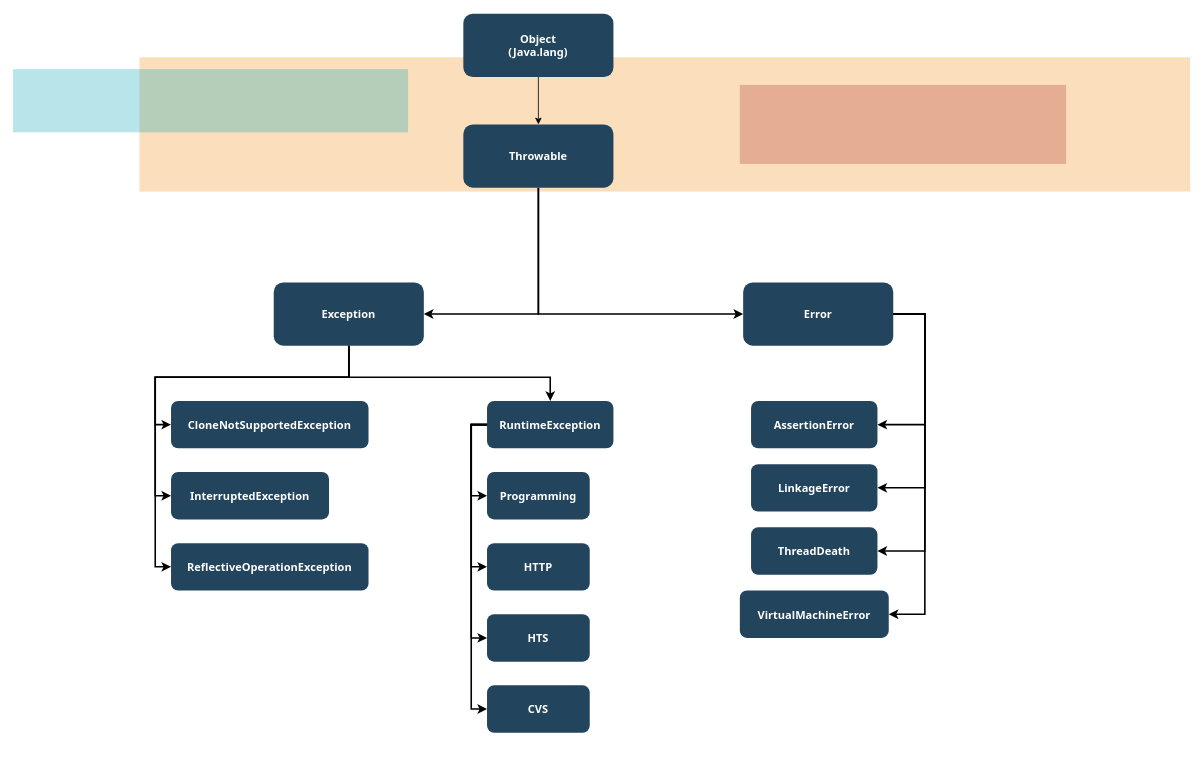
372dev/TIL keeps this draw.io diagram as JAVA/img/Untitled Diagram.drawio. Above is the earlier version. Source tidied: cells renumbered, new cells numbered last; positions are measured from the earlier drawing's top-left corner, leaving out a move shared by most shapes. Both pictures are drawn from the tidied source at 79%, with x=0, y=0 at pixel (13, 13).
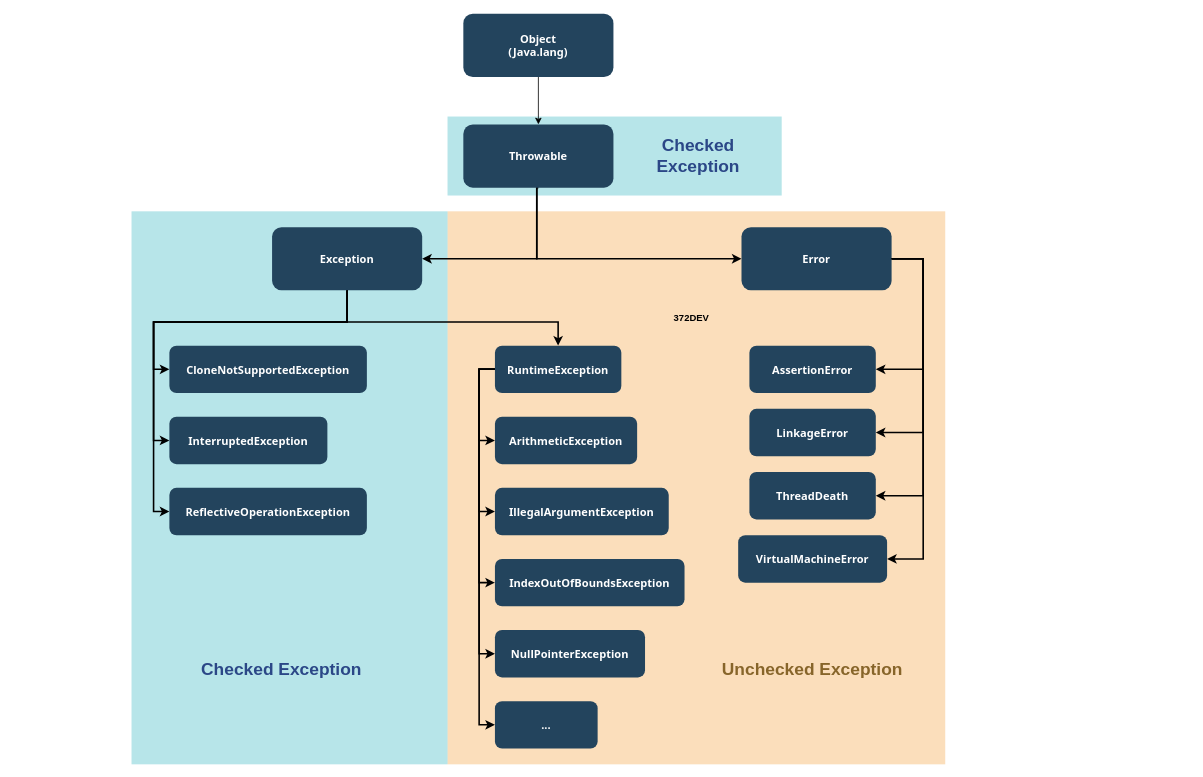
Above is the later version.

Unchanged cells that the change refers to:
```xml
<mxCell id="5" value="Object&#10;(Java.lang)" style="rounded=1;fillColor=#23445D;gradientColor=none;strokeColor=none;fontColor=#FFFFFF;fontStyle=1;fontFamily=Tahoma;fontSize=14;" parent="1" vertex="1">
  <mxGeometry x="570" width="190" height="80" as="geometry" />
</mxCell>
```

Change to the diagram source:
```diff
@@
+    <mxCell id="33" style="strokeColor=none;opacity=30;verticalAlign=bottom;fillColor=#12AAB5;" parent="1" vertex="1">
+      <mxGeometry x="550" y="130" width="423" height="100" as="geometry" />
+    </mxCell>
     <mxCell id="2" style="fillColor=#F2931E;strokeColor=none;opacity=30;" parent="1" vertex="1">
-      <mxGeometry x="160" y="55" width="1330" height="170" as="geometry" />
+      <mxGeometry x="550" y="250" width="630" height="700" as="geometry" />
     </mxCell>
     <mxCell id="3" style="fillColor=#12AAB5;strokeColor=none;opacity=30;" parent="1" vertex="1">
-      <mxGeometry y="70" width="500" height="80" as="geometry" />
+      <mxGeometry x="150" y="250" width="400" height="700" as="geometry" />
     </mxCell>
-    <mxCell id="4" style="edgeStyle=orthogonalEdgeStyle;rounded=0;jettySize=auto;html=1;" parent="1" edge="1" source="5" target="32">
+    <mxCell id="4" style="edgeStyle=orthogonalEdgeStyle;rounded=0;jettySize=auto;html=1;verticalAlign=middle;" parent="1" edge="1" source="5" target="32">
       <mxGeometry relative="1" as="geometry" />
     </mxCell>
@@
     <mxCell id="6" value="Error" style="rounded=1;fillColor=#23445D;gradientColor=none;strokeColor=none;fontColor=#FFFFFF;fontStyle=1;fontFamily=Tahoma;fontSize=14;" parent="1" vertex="1">
-      <mxGeometry x="924.2" y="340" width="190" height="80" as="geometry" />
+      <mxGeometry x="922.1" y="270" width="190" height="80" as="geometry" />
     </mxCell>
     <mxCell id="7" style="edgeStyle=orthogonalEdgeStyle;rounded=0;jettySize=auto;html=1;strokeWidth=2;entryX=0;entryY=0.5;entryDx=0;entryDy=0;" parent="1" edge="1" source="10" target="11">
       <mxGeometry relative="1" as="geometry">
         <Array as="points">
-          <mxPoint x="425" y="460" />
-          <mxPoint x="180" y="460" />
-          <mxPoint x="180" y="520" />
+          <mxPoint x="422.9" y="390" />
+          <mxPoint x="177.9" y="390" />
+          <mxPoint x="177.9" y="450" />
         </Array>
       </mxGeometry>
     </mxCell>
     <mxCell id="8" style="edgeStyle=orthogonalEdgeStyle;rounded=0;jettySize=auto;html=1;entryX=0;entryY=0.5;entryDx=0;entryDy=0;strokeWidth=2;" parent="1" edge="1" source="10" target="12">
       <mxGeometry relative="1" as="geometry">
         <Array as="points">
-          <mxPoint x="425" y="460" />
-          <mxPoint x="180" y="460" />
-          <mxPoint x="180" y="610" />
+          <mxPoint x="422.9" y="390" />
+          <mxPoint x="177.9" y="390" />
+          <mxPoint x="177.9" y="540" />
         </Array>
       </mxGeometry>
     </mxCell>
     <mxCell id="9" style="edgeStyle=orthogonalEdgeStyle;rounded=0;jettySize=auto;html=1;entryX=0;entryY=0.5;entryDx=0;entryDy=0;strokeWidth=2;" parent="1" edge="1" source="10" target="13">
       <mxGeometry relative="1" as="geometry">
         <Array as="points">
-          <mxPoint x="425" y="460" />
-          <mxPoint x="180" y="460" />
-          <mxPoint x="180" y="700" />
+          <mxPoint x="422.9" y="390" />
+          <mxPoint x="177.9" y="390" />
+          <mxPoint x="177.9" y="630" />
         </Array>
       </mxGeometry>
     </mxCell>
     <mxCell id="10" value="Exception" style="rounded=1;fillColor=#23445D;gradientColor=none;strokeColor=none;fontColor=#FFFFFF;fontStyle=1;fontFamily=Tahoma;fontSize=14;" parent="1" vertex="1">
-      <mxGeometry x="330" y="340" width="190" height="80" as="geometry" />
+      <mxGeometry x="327.9" y="270" width="190" height="80" as="geometry" />
     </mxCell>
     <mxCell id="11" value="CloneNotSupportedException" style="rounded=1;fillColor=#23445D;gradientColor=none;strokeColor=none;fontColor=#FFFFFF;fontStyle=1;fontFamily=Tahoma;fontSize=14;" parent="1" vertex="1">
-      <mxGeometry x="200" y="490" width="250" height="60" as="geometry" />
+      <mxGeometry x="197.9" y="420" width="250" height="60" as="geometry" />
     </mxCell>
     <mxCell id="12" value="InterruptedException" style="rounded=1;fillColor=#23445D;gradientColor=none;strokeColor=none;fontColor=#FFFFFF;fontStyle=1;fontFamily=Tahoma;fontSize=14;" parent="1" vertex="1">
-      <mxGeometry x="200" y="580" width="200" height="60" as="geometry" />
+      <mxGeometry x="197.9" y="510" width="200" height="60" as="geometry" />
     </mxCell>
     <mxCell id="13" value="ReflectiveOperationException" style="rounded=1;fillColor=#23445D;gradientColor=none;strokeColor=none;fontColor=#FFFFFF;fontStyle=1;fontFamily=Tahoma;fontSize=14;" parent="1" vertex="1">
-      <mxGeometry x="200" y="670" width="250" height="60" as="geometry" />
+      <mxGeometry x="197.9" y="600" width="250" height="60" as="geometry" />
     </mxCell>
     <mxCell id="14" value="RuntimeException" style="rounded=1;fillColor=#23445D;gradientColor=none;strokeColor=none;fontColor=#FFFFFF;fontStyle=1;fontFamily=Tahoma;fontSize=14;" parent="1" vertex="1">
-      <mxGeometry x="600" y="490" width="160" height="60" as="geometry" />
+      <mxGeometry x="610" y="420" width="160" height="60" as="geometry" />
     </mxCell>
-    <mxCell id="15" value="Programming" style="rounded=1;fillColor=#23445D;gradientColor=none;strokeColor=none;fontColor=#FFFFFF;fontStyle=1;fontFamily=Tahoma;fontSize=14;" parent="1" vertex="1">
-      <mxGeometry x="600" y="580" width="130" height="60" as="geometry" />
+    <mxCell id="15" value="ArithmeticException" style="rounded=1;fillColor=#23445D;gradientColor=none;strokeColor=none;fontColor=#FFFFFF;fontStyle=1;fontFamily=Tahoma;fontSize=14;" parent="1" vertex="1">
+      <mxGeometry x="610" y="510" width="180" height="60" as="geometry" />
     </mxCell>
-    <mxCell id="16" value="HTTP" style="rounded=1;fillColor=#23445D;gradientColor=none;strokeColor=none;fontColor=#FFFFFF;fontStyle=1;fontFamily=Tahoma;fontSize=14;" parent="1" vertex="1">
-      <mxGeometry x="600" y="670" width="130" height="60" as="geometry" />
+    <mxCell id="16" value="IllegalArgumentException" style="rounded=1;fillColor=#23445D;gradientColor=none;strokeColor=none;fontColor=#FFFFFF;fontStyle=1;fontFamily=Tahoma;fontSize=14;" parent="1" vertex="1">
+      <mxGeometry x="610" y="600" width="220" height="60" as="geometry" />
     </mxCell>
-    <mxCell id="17" value="HTS" style="rounded=1;fillColor=#23445D;gradientColor=none;strokeColor=none;fontColor=#FFFFFF;fontStyle=1;fontFamily=Tahoma;fontSize=14;" parent="1" vertex="1">
-      <mxGeometry x="600" y="760" width="130" height="60" as="geometry" />
+    <mxCell id="17" value="IndexOutOfBoundsException" style="rounded=1;fillColor=#23445D;gradientColor=none;strokeColor=none;fontColor=#FFFFFF;fontStyle=1;fontFamily=Tahoma;fontSize=14;" parent="1" vertex="1">
+      <mxGeometry x="610" y="690" width="240" height="60" as="geometry" />
     </mxCell>
-    <mxCell id="18" value="CVS" style="rounded=1;fillColor=#23445D;gradientColor=none;strokeColor=none;fontColor=#FFFFFF;fontStyle=1;fontFamily=Tahoma;fontSize=14;" parent="1" vertex="1">
-      <mxGeometry x="600" y="850" width="130" height="60" as="geometry" />
+    <mxCell id="18" value="NullPointerException" style="rounded=1;fillColor=#23445D;gradientColor=none;strokeColor=none;fontColor=#FFFFFF;fontStyle=1;fontFamily=Tahoma;fontSize=14;" parent="1" vertex="1">
+      <mxGeometry x="610" y="780" width="190" height="60" as="geometry" />
     </mxCell>
     <mxCell id="19" value="ThreadDeath" style="rounded=1;fillColor=#23445D;gradientColor=none;strokeColor=none;fontColor=#FFFFFF;fontStyle=1;fontFamily=Tahoma;fontSize=14;" parent="1" vertex="1">
-      <mxGeometry x="934.2" y="650" width="160" height="60" as="geometry" />
+      <mxGeometry x="932.1" y="580" width="160" height="60" as="geometry" />
     </mxCell>
     <mxCell id="20" value="LinkageError" style="rounded=1;fillColor=#23445D;gradientColor=none;strokeColor=none;fontColor=#FFFFFF;fontStyle=1;fontFamily=Tahoma;fontSize=14;" parent="1" vertex="1">
-      <mxGeometry x="934.2" y="570" width="160" height="60" as="geometry" />
+      <mxGeometry x="932.1" y="500" width="160" height="60" as="geometry" />
     </mxCell>
     <mxCell id="21" value="AssertionError" style="rounded=1;fillColor=#23445D;gradientColor=none;strokeColor=none;fontColor=#FFFFFF;fontStyle=1;fontFamily=Tahoma;fontSize=14;" parent="1" vertex="1">
-      <mxGeometry x="934.2" y="490" width="160" height="60" as="geometry" />
+      <mxGeometry x="932.1" y="420" width="160" height="60" as="geometry" />
     </mxCell>
     <mxCell id="22" style="edgeStyle=elbowEdgeStyle;elbow=horizontal;strokeWidth=2;rounded=0;" parent="1" edge="1" source="14" target="15">
-      <mxGeometry x="110" y="190" as="geometry">
+      <mxGeometry x="120" y="120" as="geometry">
         <Array as="points">
-          <mxPoint x="580" y="570" />
+          <mxPoint x="590" y="500" />
         </Array>
       </mxGeometry>
     </mxCell>
     <mxCell id="23" style="edgeStyle=elbowEdgeStyle;elbow=horizontal;strokeWidth=2;rounded=0;" parent="1" edge="1" source="14" target="16">
-      <mxGeometry x="110" y="190" as="geometry">
+      <mxGeometry x="120" y="120" as="geometry">
         <Array as="points">
-          <mxPoint x="580" y="610" />
+          <mxPoint x="590" y="540" />
         </Array>
       </mxGeometry>
     </mxCell>
-    <mxCell id="24" style="edgeStyle=elbowEdgeStyle;elbow=horizontal;strokeWidth=2;rounded=0;" parent="1" edge="1" source="14" target="17">
-      <mxGeometry x="110" y="190" as="geometry">
+    <mxCell id="24" style="edgeStyle=elbowEdgeStyle;elbow=horizontal;strokeWidth=2;rounded=0;" parent="1" edge="1" source="14">
+      <mxGeometry x="120" y="120" as="geometry">
+        <mxPoint x="610" y="720" as="targetPoint" />
         <Array as="points">
-          <mxPoint x="580" y="660" />
+          <mxPoint x="590" y="590" />
         </Array>
       </mxGeometry>
     </mxCell>
     <mxCell id="25" style="edgeStyle=elbowEdgeStyle;elbow=horizontal;strokeWidth=2;rounded=0;" parent="1" edge="1" source="14" target="18">
-      <mxGeometry x="110" y="190" as="geometry">
+      <mxGeometry x="120" y="120" as="geometry">
         <Array as="points">
-          <mxPoint x="580" y="700" />
+          <mxPoint x="590" y="630" />
         </Array>
       </mxGeometry>
     </mxCell>
-    <mxCell id="26" style="edgeStyle=elbowEdgeStyle;elbow=vertical;strokeWidth=2;rounded=0;" parent="1" edge="1" source="10" target="14">
-      <mxGeometry x="-21.5" y="205.5" as="geometry">
+    <mxCell id="26" style="edgeStyle=elbowEdgeStyle;elbow=vertical;strokeWidth=2;rounded=0;exitX=0.5;exitY=1;exitDx=0;exitDy=0;" parent="1" edge="1" source="10" target="14">
+      <mxGeometry x="-11.5" y="135.5" as="geometry">
         <Array as="points">
-          <mxPoint x="550" y="460" />
+          <mxPoint x="448" y="390" />
+          <mxPoint x="465" y="390" />
+          <mxPoint x="560" y="390" />
         </Array>
       </mxGeometry>
     </mxCell>
     <mxCell id="27" style="edgeStyle=elbowEdgeStyle;elbow=vertical;strokeWidth=2;rounded=0;entryX=1;entryY=0.5;entryDx=0;entryDy=0;" parent="1" edge="1" source="6" target="20">
-      <mxGeometry x="-335.8" y="205.5" as="geometry">
+      <mxGeometry x="-337.9" y="135.5" as="geometry">
         <Array as="points">
-          <mxPoint x="1154.2" y="570" />
+          <mxPoint x="1152.1" y="500" />
         </Array>
       </mxGeometry>
     </mxCell>
     <mxCell id="28" style="edgeStyle=elbowEdgeStyle;elbow=vertical;strokeWidth=2;rounded=0;" parent="1" edge="1" source="6" target="19">
-      <mxGeometry x="-335.8" y="205.5" as="geometry">
+      <mxGeometry x="-337.9" y="135.5" as="geometry">
         <Array as="points">
-          <mxPoint x="1154.2" y="460" />
+          <mxPoint x="1152.1" y="390" />
         </Array>
       </mxGeometry>
     </mxCell>
     <mxCell id="29" style="edgeStyle=elbowEdgeStyle;elbow=vertical;strokeWidth=2;rounded=0;entryX=1;entryY=0.5;entryDx=0;entryDy=0;" parent="1" edge="1" source="6" target="21">
-      <mxGeometry x="-335.8" y="205.5" as="geometry">
+      <mxGeometry x="-337.9" y="135.5" as="geometry">
         <Array as="points">
-          <mxPoint x="1154.2" y="450" />
+          <mxPoint x="1152.1" y="380" />
         </Array>
       </mxGeometry>
     </mxCell>
-    <mxCell id="30" style="edgeStyle=orthogonalEdgeStyle;rounded=0;jettySize=auto;html=1;entryX=0;entryY=0.5;entryDx=0;entryDy=0;strokeWidth=2;" parent="1" edge="1" source="32" target="6">
+    <mxCell id="30" style="edgeStyle=orthogonalEdgeStyle;rounded=0;jettySize=auto;html=1;entryX=0;entryY=0.5;entryDx=0;entryDy=0;strokeWidth=2;" parent="1" edge="1" target="6">
       <mxGeometry relative="1" as="geometry">
+        <mxPoint x="662.9" y="150" as="sourcePoint" />
         <Array as="points">
-          <mxPoint x="665" y="380" />
+          <mxPoint x="662.9" y="310" />
         </Array>
       </mxGeometry>
     </mxCell>
-    <mxCell id="31" style="edgeStyle=orthogonalEdgeStyle;rounded=0;jettySize=auto;html=1;entryX=1;entryY=0.5;entryDx=0;entryDy=0;strokeWidth=2;" parent="1" edge="1" source="32" target="10">
+    <mxCell id="31" style="edgeStyle=orthogonalEdgeStyle;rounded=0;jettySize=auto;html=1;entryX=1;entryY=0.5;entryDx=0;entryDy=0;strokeWidth=2;exitX=0.5;exitY=1;exitDx=0;exitDy=0;" parent="1" edge="1" source="32" target="10">
       <mxGeometry relative="1" as="geometry">
         <Array as="points">
-          <mxPoint x="665" y="380" />
+          <mxPoint x="663" y="220" />
+          <mxPoint x="663" y="310" />
         </Array>
       </mxGeometry>
     </mxCell>
-    <mxCell id="32" value="Throwable" style="rounded=1;fillColor=#23445D;gradientColor=none;strokeColor=none;fontColor=#FFFFFF;fontStyle=1;fontFamily=Tahoma;fontSize=14;" parent="1" vertex="1">
+    <mxCell id="32" value="Throwable" style="rounded=1;fillColor=#23445D;gradientColor=none;strokeColor=none;fontColor=#FFFFFF;fontStyle=1;fontFamily=Tahoma;fontSize=14;verticalAlign=middle;" parent="1" vertex="1">
       <mxGeometry x="570" y="140" width="190" height="80" as="geometry" />
     </mxCell>
-    <mxCell id="33" style="fillColor=#AE4132;strokeColor=none;opacity=30;" parent="1" vertex="1">
-      <mxGeometry x="920" y="90" width="413" height="100" as="geometry" />
-    </mxCell>
     <mxCell id="34" value="VirtualMachineError" style="rounded=1;fillColor=#23445D;gradientColor=none;strokeColor=none;fontColor=#FFFFFF;fontStyle=1;fontFamily=Tahoma;fontSize=14;" parent="1" vertex="1">
-      <mxGeometry x="920" y="730" width="188.5" height="60" as="geometry" />
+      <mxGeometry x="917.9" y="660" width="188.5" height="60" as="geometry" />
     </mxCell>
     <mxCell id="35" style="edgeStyle=elbowEdgeStyle;elbow=vertical;strokeWidth=2;rounded=0;exitX=1;exitY=0.5;exitDx=0;exitDy=0;" parent="1" edge="1" source="6" target="34">
-      <mxGeometry x="-335.8" y="295.5" as="geometry">
+      <mxGeometry x="-337.9" y="225.5" as="geometry">
         <Array as="points">
-          <mxPoint x="1154.2" y="550" />
+          <mxPoint x="1152.1" y="480" />
         </Array>
       </mxGeometry>
     </mxCell>
+    <mxCell id="36" value="..." style="rounded=1;fillColor=#23445D;gradientColor=none;strokeColor=none;fontColor=#FFFFFF;fontStyle=1;fontFamily=Tahoma;fontSize=14;" parent="1" vertex="1">
+      <mxGeometry x="610" y="870" width="130" height="60" as="geometry" />
+    </mxCell>
+    <mxCell id="37" style="edgeStyle=elbowEdgeStyle;elbow=horizontal;strokeWidth=2;rounded=0;" parent="1" edge="1" target="36">
+      <mxGeometry x="120" y="210" as="geometry">
+        <mxPoint x="610" y="450" as="sourcePoint" />
+        <Array as="points">
+          <mxPoint x="590" y="450" />
+          <mxPoint x="590" y="720" />
+        </Array>
+      </mxGeometry>
+    </mxCell>
+    <mxCell id="38" value="372DEV" style="text;html=1;strokeColor=none;fillColor=none;align=center;verticalAlign=middle;whiteSpace=wrap;rounded=0;fontStyle=1;" parent="1" vertex="1">
+      <mxGeometry x="817.9" y="370" width="82.1" height="30" as="geometry" />
+    </mxCell>
+    <mxCell id="39" value="Checked Exception" style="text;html=1;align=center;verticalAlign=middle;whiteSpace=wrap;rounded=0;strokeWidth=2;fontSize=22;fontStyle=1;fontColor=#2B4787;" parent="1" vertex="1">
+      <mxGeometry x="220" y="800" width="240" height="60" as="geometry" />
+    </mxCell>
+    <mxCell id="40" value="Unchecked Exception" style="text;html=1;align=center;verticalAlign=middle;whiteSpace=wrap;rounded=0;strokeWidth=2;fontSize=22;fontStyle=1;fontColor=#87652A;" parent="1" vertex="1">
+      <mxGeometry x="892.1" y="800" width="240" height="60" as="geometry" />
+    </mxCell>
+    <mxCell id="41" value="&lt;span style=&quot;color: rgb(43 , 71 , 135)&quot;&gt;Checked Exception&lt;/span&gt;" style="text;html=1;align=center;verticalAlign=middle;whiteSpace=wrap;rounded=0;strokeWidth=2;fontSize=22;fontStyle=1;fontColor=#87652A;" parent="1" vertex="1">
+      <mxGeometry x="775" y="150" width="185" height="60" as="geometry" />
+    </mxCell>
```
